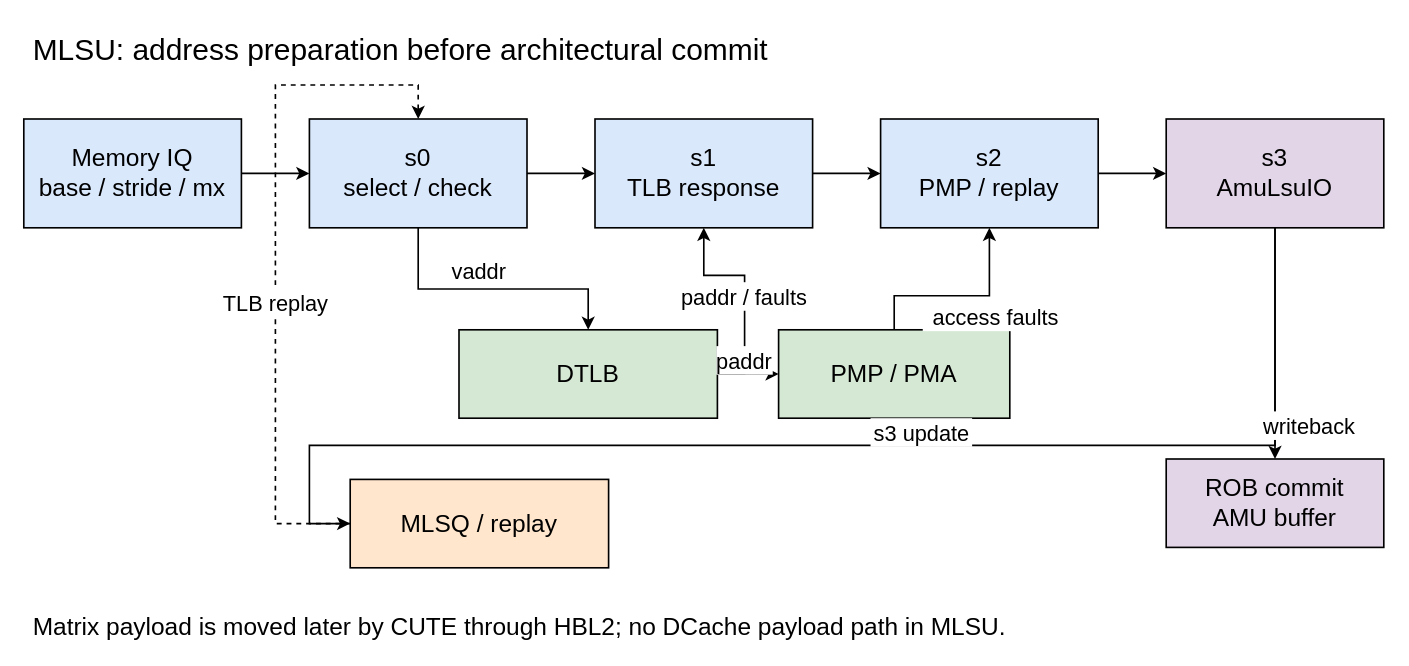
OpenXiangShan/XiangShan-Design-Doc keeps this draw.io diagram as docs/zh/memblock/LSU/figure/xsai-mlsu.drawio. Above is the earlier version. Source tidied: cells renumbered, new cells numbered last; positions are measured from the earlier drawing's top-left corner, leaving out a move shared by most shapes. Both pictures are drawn from the tidied source at 136%, with x=0, y=0 at pixel (23, 23).
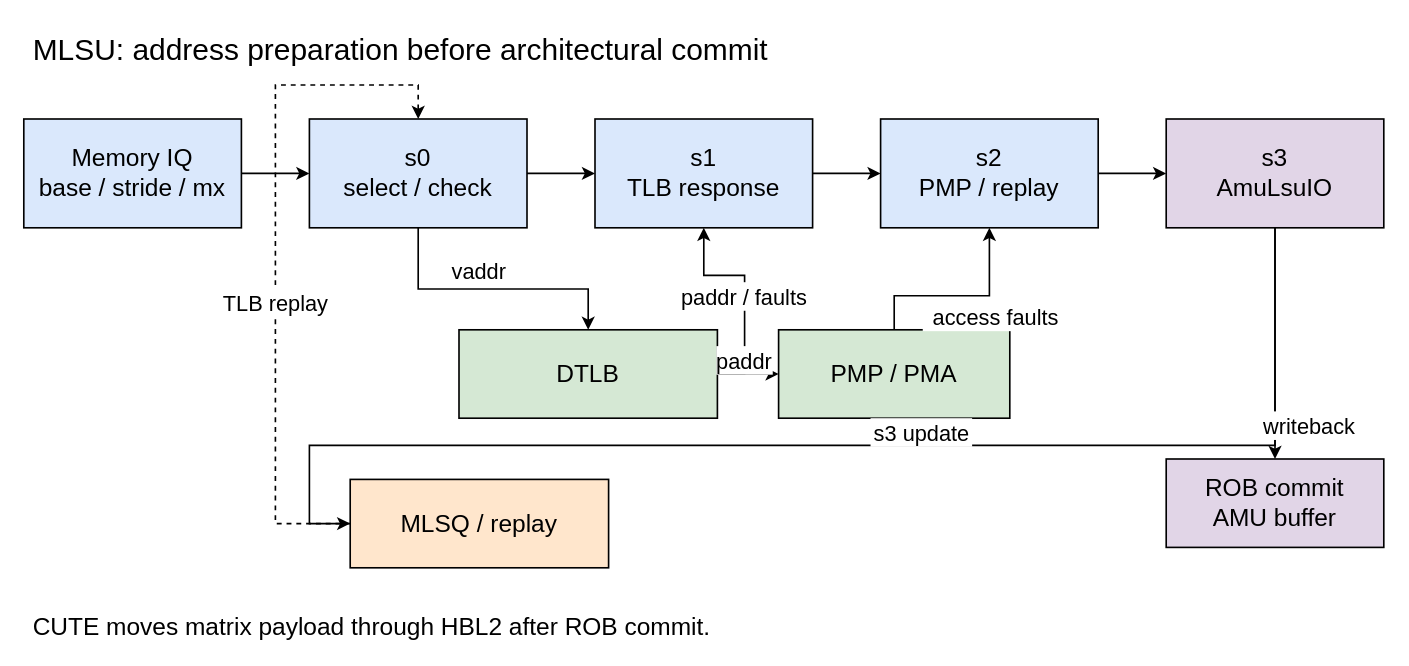
After the change.

Diff of the diagram source:
```diff
@@
-    <mxCell id="23" value="Matrix payload is moved later by CUTE through HBL2; no DCache payload path in MLSU." style="text;html=1;align=left;verticalAlign=top;whiteSpace=wrap;fontFamily=Helvetica;fontSize=18;" parent="1" vertex="1">
+    <mxCell id="23" value="CUTE moves matrix payload through HBL2 after ROB commit." style="text;html=1;align=left;verticalAlign=top;whiteSpace=wrap;fontFamily=Helvetica;fontSize=18;" parent="1" vertex="1">
       <mxGeometry x="5" y="427" width="844.6" height="24" as="geometry" />
     </mxCell>
```
